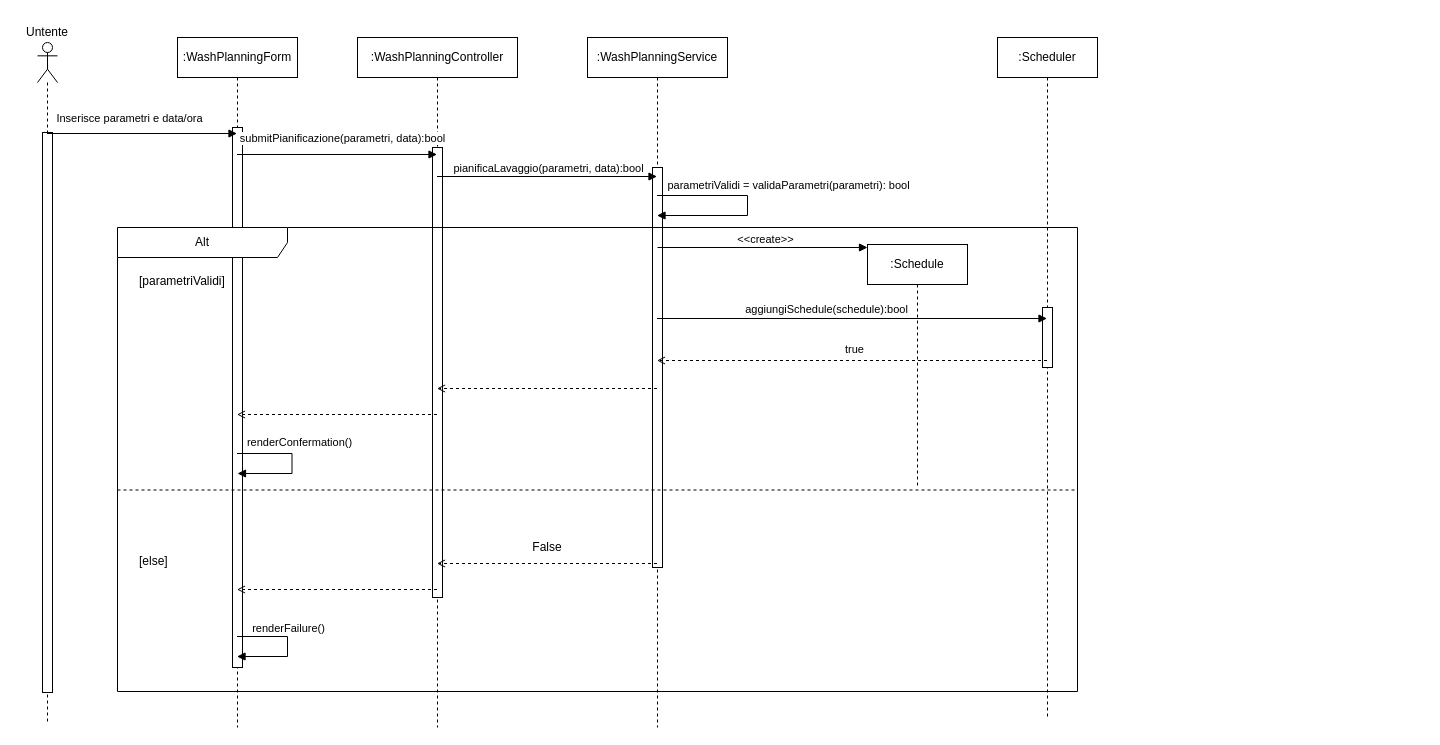
This is content/seq/seqPianifica.drawio from uni-aca100/ing-proj, a draw.io file, before an edit. Source tidied: cells renumbered, new cells numbered last; positions are measured from the earlier drawing's top-left corner, leaving out a move shared by most shapes. Both pictures are drawn from the tidied source at 100%, with x=0, y=0 at pixel (17, 17).
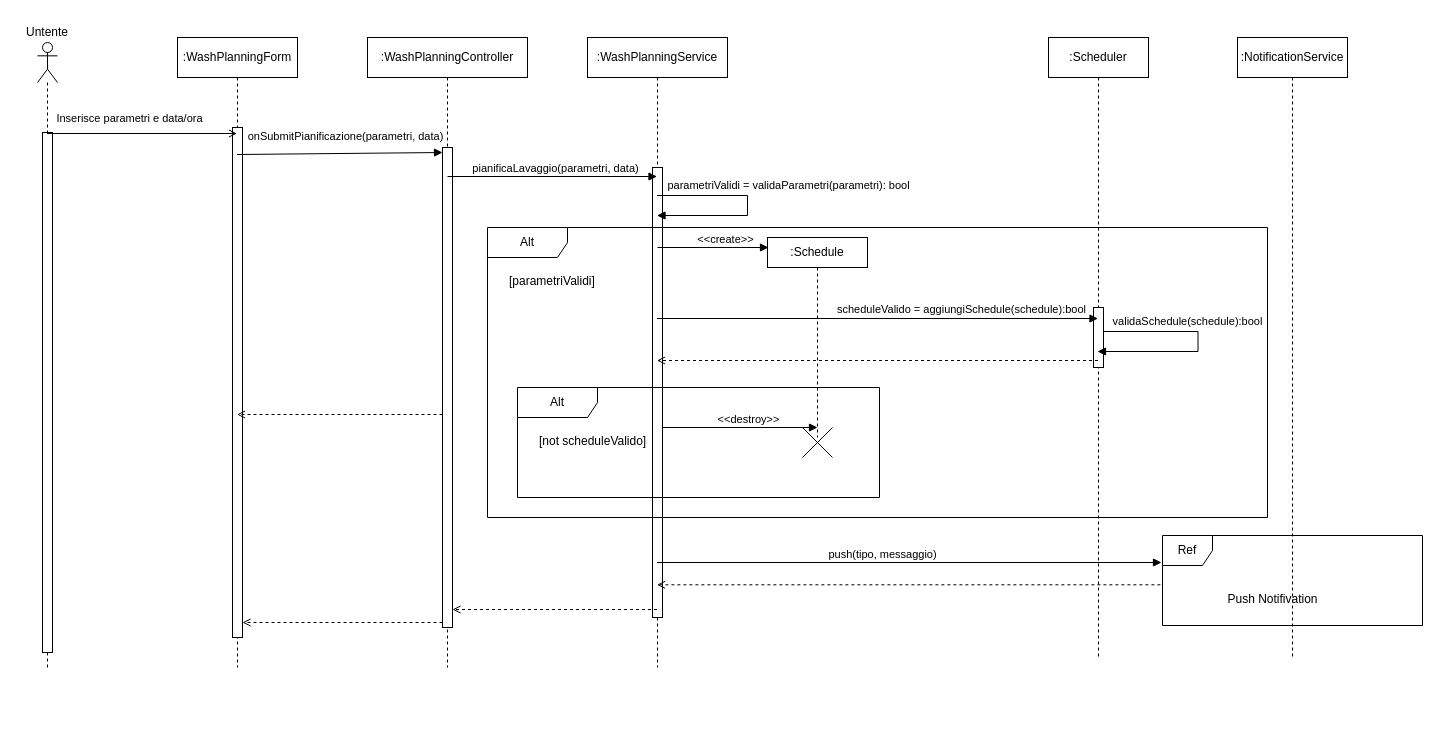
The same page after the edit.

The change refers to these unchanged cells:
```xml
<mxCell id="11" style="html=1;points=[[0,0,0,0,5],[0,1,0,0,-5],[1,0,0,0,5],[1,1,0,0,-5]];perimeter=orthogonalPerimeter;outlineConnect=0;targetShapes=umlLifeline;portConstraint=eastwest;newEdgeStyle={&quot;curved&quot;:0,&quot;rounded&quot;:0};" parent="10" vertex="1">
  <mxGeometry x="45" y="270" width="10" height="60" as="geometry" />
</mxCell>
<mxCell id="24" style="html=1;verticalAlign=bottom;labelBackgroundColor=none;endArrow=open;endFill=0;dashed=1;rounded=0;" parent="1" edge="1" source="10">
  <mxGeometry relative="1" as="geometry">
    <mxPoint x="639.5" y="343" as="targetPoint" />
  </mxGeometry>
</mxCell>
<mxCell id="26" style="html=1;verticalAlign=bottom;labelBackgroundColor=none;endArrow=block;endFill=1;rounded=0;" parent="1" edge="1" target="10">
  <mxGeometry relative="1" as="geometry">
    <mxPoint x="639.5" y="301" as="sourcePoint" />
  </mxGeometry>
</mxCell>
```

Change to the diagram source:
```diff
@@
     <mxCell id="2" style="shape=umlLifeline;perimeter=lifelinePerimeter;whiteSpace=wrap;html=1;newEdgeStyle={&quot;curved&quot;:0,&quot;rounded&quot;:0};participant=umlActor;" parent="1" vertex="1">
-      <mxGeometry x="20" y="25" width="20" height="680" as="geometry" />
+      <mxGeometry x="20" y="25" width="20" height="625" as="geometry" />
     </mxCell>
     <mxCell id="3" style="html=1;perimeter=orthogonalPerimeter;targetShapes=umlLifeline;newEdgeStyle={&quot;curved&quot;:0,&quot;rounded&quot;:0};" parent="2" vertex="1">
-      <mxGeometry x="5" y="90" width="10" height="560" as="geometry" />
+      <mxGeometry x="5" y="90" width="10" height="520" as="geometry" />
     </mxCell>
     <mxCell id="4" value=":WashPlanningForm" style="shape=umlLifeline;perimeter=lifelinePerimeter;whiteSpace=wrap;html=1;outlineConnect=0;portConstraint=eastwest;newEdgeStyle={&quot;curved&quot;:0,&quot;rounded&quot;:0};" parent="1" vertex="1">
-      <mxGeometry x="160" y="20" width="120" height="690" as="geometry" />
+      <mxGeometry x="160" y="20" width="120" height="630" as="geometry" />
     </mxCell>
     <mxCell id="5" style="html=1;points=[[0,0,0,0,5],[0,1,0,0,-5],[1,0,0,0,5],[1,1,0,0,-5]];perimeter=orthogonalPerimeter;outlineConnect=0;targetShapes=umlLifeline;portConstraint=eastwest;newEdgeStyle={&quot;curved&quot;:0,&quot;rounded&quot;:0};" parent="4" vertex="1">
-      <mxGeometry x="55" y="90" width="10" height="540" as="geometry" />
+      <mxGeometry x="55" y="90" width="10" height="510" as="geometry" />
     </mxCell>
     <mxCell id="6" value=":WashPlanningController" style="shape=umlLifeline;perimeter=lifelinePerimeter;whiteSpace=wrap;html=1;newEdgeStyle={&quot;curved&quot;:0,&quot;rounded&quot;:0};" parent="1" vertex="1">
-      <mxGeometry x="340" y="20" width="160" height="690" as="geometry" />
+      <mxGeometry x="350" y="20" width="160" height="630" as="geometry" />
     </mxCell>
     <mxCell id="7" style="html=1;points=[[0,0,0,0,5],[0,1,0,0,-5],[1,0,0,0,5],[1,1,0,0,-5]];perimeter=orthogonalPerimeter;outlineConnect=0;targetShapes=umlLifeline;portConstraint=eastwest;newEdgeStyle={&quot;curved&quot;:0,&quot;rounded&quot;:0};" parent="6" vertex="1">
-      <mxGeometry x="75" y="110" width="10" height="450" as="geometry" />
+      <mxGeometry x="75" y="110" width="10" height="480" as="geometry" />
     </mxCell>
     <mxCell id="8" value=":WashPlanningService" style="shape=umlLifeline;perimeter=lifelinePerimeter;whiteSpace=wrap;html=1;outlineConnect=0;portConstraint=eastwest;newEdgeStyle={&quot;curved&quot;:0,&quot;rounded&quot;:0};" parent="1" vertex="1">
-      <mxGeometry x="570" y="20" width="140" height="690" as="geometry" />
+      <mxGeometry x="570" y="20" width="140" height="630" as="geometry" />
     </mxCell>
     <mxCell id="9" style="html=1;perimeter=orthogonalPerimeter;targetShapes=umlLifeline;newEdgeStyle={&quot;curved&quot;:0,&quot;rounded&quot;:0};" parent="8" vertex="1">
-      <mxGeometry x="65" y="130" width="10" height="400" as="geometry" />
+      <mxGeometry x="65" y="130" width="10" height="450" as="geometry" />
     </mxCell>
     <mxCell id="10" value=":Scheduler" style="shape=umlLifeline;perimeter=lifelinePerimeter;whiteSpace=wrap;html=1;outlineConnect=0;portConstraint=eastwest;newEdgeStyle={&quot;curved&quot;:0,&quot;rounded&quot;:0};" parent="1" vertex="1">
-      <mxGeometry x="980" y="20" width="100" height="680" as="geometry" />
+      <mxGeometry x="1031" y="20" width="100" height="620" as="geometry" />
     </mxCell>
@@
+    <mxCell id="40" style="html=1;verticalAlign=bottom;labelBackgroundColor=none;endArrow=block;endFill=1;rounded=0;" parent="10" edge="1" source="11">
+      <mxGeometry relative="1" as="geometry">
+        <mxPoint x="49" y="314" as="targetPoint" />
+        <Array as="points">
+          <mxPoint x="149.5" y="294" />
+          <mxPoint x="149.5" y="314" />
+        </Array>
+      </mxGeometry>
+    </mxCell>
+    <mxCell id="41" value="validaSchedule(schedule):bool" style="edgeLabel;html=1;align=center;verticalAlign=middle;" parent="40" vertex="1">
+      <mxGeometry x="-0.47" y="1" relative="1" as="geometry">
+        <mxPoint x="26" y="-10" as="offset" />
+      </mxGeometry>
+    </mxCell>
-    <mxCell id="12" style="html=1;verticalAlign=bottom;labelBackgroundColor=none;endArrow=block;endFill=1;rounded=0;" parent="1" edge="1" target="4">
+    <mxCell id="12" style="html=1;verticalAlign=bottom;labelBackgroundColor=none;endArrow=open;endFill=0;rounded=0;" parent="1" edge="1" target="4">
       <mxGeometry relative="1" as="geometry">
         <mxPoint x="29.5" y="116" as="sourcePoint" />
       </mxGeometry>
     </mxCell>
@@
-    <mxCell id="14" style="html=1;verticalAlign=bottom;labelBackgroundColor=none;endArrow=block;endFill=1;rounded=0;" parent="1" edge="1">
+    <mxCell id="14" style="html=1;verticalAlign=bottom;labelBackgroundColor=none;endArrow=block;endFill=1;rounded=0;entryX=0;entryY=0;entryDx=0;entryDy=5;entryPerimeter=0;" parent="1" edge="1" target="7">
       <mxGeometry relative="1" as="geometry">
         <mxPoint x="219.5" y="137" as="sourcePoint" />
-        <mxPoint x="419.5" y="137" as="targetPoint" />
       </mxGeometry>
     </mxCell>
-    <mxCell id="15" value="submitPianificazione(parametri, data):bool" style="edgeLabel;html=1;align=center;verticalAlign=middle;" parent="14" vertex="1">
+    <mxCell id="15" value="onSubmitPianificazione(parametri, data)" style="edgeLabel;html=1;align=center;verticalAlign=middle;" parent="14" vertex="1">
       <mxGeometry x="0.04" relative="1" as="geometry">
         <mxPoint x="1" y="-17" as="offset" />
       </mxGeometry>
     </mxCell>
     <mxCell id="16" style="html=1;verticalAlign=bottom;labelBackgroundColor=none;endArrow=block;endFill=1;rounded=0;" parent="1" edge="1" target="8">
       <mxGeometry relative="1" as="geometry">
-        <mxPoint x="419.5" y="159" as="sourcePoint" />
+        <mxPoint x="430" y="159" as="sourcePoint" />
       </mxGeometry>
     </mxCell>
-    <mxCell id="17" value="pianificaLavaggio(parametri, data):bool" style="edgeLabel;html=1;align=center;verticalAlign=middle;" parent="16" vertex="1">
+    <mxCell id="17" value="pianificaLavaggio(parametri, data)" style="edgeLabel;html=1;align=center;verticalAlign=middle;" parent="16" vertex="1">
       <mxGeometry x="-0.2" y="-1" relative="1" as="geometry">
         <mxPoint x="23" y="-10" as="offset" />
       </mxGeometry>
     </mxCell>
-    <mxCell id="18" value="Alt" style="shape=umlFrame;whiteSpace=wrap;html=1;width=170;" parent="1" vertex="1">
-      <mxGeometry x="100" y="210" width="960" height="464" as="geometry" />
-    </mxCell>
-    <mxCell id="19" value="[parametriValidi]" style="text;html=1;" parent="18" vertex="1">
-      <mxGeometry width="100" height="20" relative="1" as="geometry">
-        <mxPoint x="20" y="40" as="offset" />
-      </mxGeometry>
-    </mxCell>
-    <mxCell id="20" value="[else]" style="line;strokeWidth=1;dashed=1;labelPosition=center;verticalLabelPosition=bottom;align=left;verticalAlign=top;spacingLeft=20;spacingTop=15;html=1;whiteSpace=wrap;" parent="18" vertex="1">
-      <mxGeometry y="220" width="960" height="85" as="geometry" />
-    </mxCell>
-    <mxCell id="21" style="html=1;verticalAlign=bottom;labelBackgroundColor=none;endArrow=block;endFill=1;rounded=0;" parent="18" edge="1">
-      <mxGeometry relative="1" as="geometry">
-        <mxPoint x="119.5" y="409" as="sourcePoint" />
-        <mxPoint x="119.5" y="429" as="targetPoint" />
-        <Array as="points">
-          <mxPoint x="170" y="409" />
-          <mxPoint x="170" y="429" />
-        </Array>
-      </mxGeometry>
-    </mxCell>
-    <mxCell id="22" value="renderFailure()" style="edgeLabel;html=1;align=center;verticalAlign=middle;" parent="21" vertex="1">
-      <mxGeometry x="-0.4" y="-1" relative="1" as="geometry">
-        <mxPoint x="15" y="-10" as="offset" />
-      </mxGeometry>
-    </mxCell>
-    <mxCell id="23" value="False" style="text;html=1;whiteSpace=wrap;strokeColor=none;fillColor=none;align=center;verticalAlign=middle;rounded=0;" parent="18" vertex="1">
-      <mxGeometry x="400" y="305" width="60" height="30" as="geometry" />
-    </mxCell>
@@
-    <mxCell id="25" value="true" style="edgeLabel;html=1;align=center;verticalAlign=middle;" parent="24" vertex="1">
-      <mxGeometry x="-0.01" y="-3" relative="1" as="geometry">
-        <mxPoint y="-9" as="offset" />
-      </mxGeometry>
-    </mxCell>
@@
-    <mxCell id="27" value="aggiungiSchedule(schedule):bool" style="edgeLabel;html=1;align=center;verticalAlign=middle;" parent="26" vertex="1">
+    <mxCell id="27" value="scheduleValido = aggiungiSchedule(schedule):bool" style="edgeLabel;html=1;align=center;verticalAlign=middle;" parent="26" vertex="1">
       <mxGeometry x="-0.21" relative="1" as="geometry">
-        <mxPoint x="15" y="-10" as="offset" />
+        <mxPoint x="130" y="-10" as="offset" />
       </mxGeometry>
     </mxCell>
     <mxCell id="28" style="html=1;verticalAlign=bottom;labelBackgroundColor=none;endArrow=open;endFill=0;dashed=1;rounded=0;" parent="1" edge="1">
       <mxGeometry relative="1" as="geometry">
-        <mxPoint x="639.5" y="546" as="sourcePoint" />
-        <mxPoint x="419.5" y="546" as="targetPoint" />
+        <mxPoint x="639.5" y="592" as="sourcePoint" />
+        <mxPoint x="435" y="592" as="targetPoint" />
       </mxGeometry>
     </mxCell>
-    <mxCell id="29" style="html=1;verticalAlign=bottom;labelBackgroundColor=none;endArrow=open;endFill=0;dashed=1;rounded=0;" parent="1" edge="1">
-      <mxGeometry relative="1" as="geometry">
-        <mxPoint x="419.5" y="572" as="sourcePoint" />
-        <mxPoint x="219.5" y="572" as="targetPoint" />
-      </mxGeometry>
+    <mxCell id="29" style="html=1;verticalAlign=bottom;labelBackgroundColor=none;endArrow=open;endFill=0;dashed=1;rounded=0;exitX=0;exitY=1;exitDx=0;exitDy=-5;exitPerimeter=0;" parent="1" edge="1" source="7" target="5">
+      <mxGeometry relative="1" as="geometry" />
     </mxCell>
-    <mxCell id="30" style="html=1;verticalAlign=bottom;labelBackgroundColor=none;endArrow=block;endFill=1;rounded=0;" parent="1" edge="1">
-      <mxGeometry relative="1" as="geometry">
-        <mxPoint x="219.5" y="436" as="sourcePoint" />
-        <mxPoint x="220" y="456" as="targetPoint" />
-        <Array as="points">
-          <mxPoint x="274.5" y="436" />
-          <mxPoint x="274.5" y="456" />
-        </Array>
-      </mxGeometry>
-    </mxCell>
-    <mxCell id="31" value="renderConfermation()" style="edgeLabel;html=1;align=center;verticalAlign=middle;" parent="30" vertex="1">
-      <mxGeometry x="-0.28" y="-3" relative="1" as="geometry">
-        <mxPoint x="15" y="-15" as="offset" />
-      </mxGeometry>
-    </mxCell>
-    <mxCell id="32" style="html=1;verticalAlign=bottom;labelBackgroundColor=none;endArrow=open;endFill=0;dashed=1;rounded=0;" parent="1" edge="1">
-      <mxGeometry relative="1" as="geometry">
-        <mxPoint x="639.5" y="371" as="sourcePoint" />
-        <mxPoint x="419.5" y="371" as="targetPoint" />
-      </mxGeometry>
-    </mxCell>
-    <mxCell id="33" style="html=1;verticalAlign=bottom;labelBackgroundColor=none;endArrow=open;endFill=0;dashed=1;rounded=0;" parent="1" edge="1">
+    <mxCell id="33" style="html=1;verticalAlign=bottom;labelBackgroundColor=none;endArrow=open;endFill=0;dashed=1;rounded=0;" parent="1" edge="1" source="7">
       <mxGeometry relative="1" as="geometry">
-        <mxPoint x="419.5" y="397" as="sourcePoint" />
         <mxPoint x="219.5" y="397" as="targetPoint" />
       </mxGeometry>
     </mxCell>
@@
-    <mxCell id="36" value=":Schedule" style="shape=umlLifeline;perimeter=lifelinePerimeter;whiteSpace=wrap;html=1;newEdgeStyle={&quot;curved&quot;:0,&quot;rounded&quot;:0};" parent="1" vertex="1">
-      <mxGeometry x="850" y="227" width="100" height="243" as="geometry" />
-    </mxCell>
     <mxCell id="37" style="html=1;verticalAlign=bottom;labelBackgroundColor=none;endArrow=block;endFill=1;rounded=0;" parent="1" edge="1">
       <mxGeometry relative="1" as="geometry">
         <mxPoint x="640" y="230" as="sourcePoint" />
-        <mxPoint x="850" y="230" as="targetPoint" />
+        <mxPoint x="751" y="230" as="targetPoint" />
       </mxGeometry>
     </mxCell>
@@
+    <mxCell id="42" value="Alt" style="shape=umlFrame;whiteSpace=wrap;html=1;width=80;height=30;" parent="1" vertex="1">
+      <mxGeometry x="470" y="210" width="780" height="290" as="geometry" />
+    </mxCell>
+    <mxCell id="19" value="[parametriValidi]" style="text;html=1;" parent="42" vertex="1">
+      <mxGeometry width="100" height="20" relative="1" as="geometry">
+        <mxPoint x="20" y="40" as="offset" />
+      </mxGeometry>
+    </mxCell>
+    <mxCell id="36" value=":Schedule" style="shape=umlLifeline;perimeter=lifelinePerimeter;whiteSpace=wrap;html=1;newEdgeStyle={&quot;curved&quot;:0,&quot;rounded&quot;:0};size=30;" parent="42" vertex="1">
+      <mxGeometry x="280" y="10" width="100" height="200" as="geometry" />
+    </mxCell>
+    <mxCell id="43" value="Alt" style="shape=umlFrame;whiteSpace=wrap;html=1;width=80;height=30;" parent="42" vertex="1">
+      <mxGeometry x="30" y="160" width="362" height="110" as="geometry" />
+    </mxCell>
+    <mxCell id="44" value="[not&amp;nbsp;scheduleValido]" style="text;html=1;" parent="43" vertex="1">
+      <mxGeometry width="100" height="20" relative="1" as="geometry">
+        <mxPoint x="20" y="40" as="offset" />
+      </mxGeometry>
+    </mxCell>
+    <mxCell id="45" style="shape=umlDestroy;html=1;" parent="43" vertex="1">
+      <mxGeometry x="285" y="40" width="30" height="30" as="geometry" />
+    </mxCell>
+    <mxCell id="46" style="html=1;verticalAlign=bottom;labelBackgroundColor=none;endArrow=block;endFill=1;rounded=0;" parent="1" edge="1">
+      <mxGeometry relative="1" as="geometry">
+        <mxPoint x="645" y="410" as="sourcePoint" />
+        <mxPoint x="800" y="410" as="targetPoint" />
+      </mxGeometry>
+    </mxCell>
+    <mxCell id="47" value="&amp;lt;&amp;lt;destroy&amp;gt;&amp;gt;" style="edgeLabel;html=1;align=center;verticalAlign=middle;" parent="46" vertex="1">
+      <mxGeometry x="-0.2" y="-1" relative="1" as="geometry">
+        <mxPoint x="23" y="-10" as="offset" />
+      </mxGeometry>
+    </mxCell>
+    <mxCell id="48" value="Ref" style="shape=umlFrame;whiteSpace=wrap;html=1;width=50;" parent="1" vertex="1">
+      <mxGeometry x="1145" y="518" width="260" height="90" as="geometry" />
+    </mxCell>
+    <mxCell id="49" value="Push Notifivation" style="text;align=center;html=1;" parent="48" vertex="1">
+      <mxGeometry width="100" height="20" relative="1" as="geometry">
+        <mxPoint x="60" y="50" as="offset" />
+      </mxGeometry>
+    </mxCell>
+    <mxCell id="50" value=":NotificationService" style="shape=umlLifeline;perimeter=lifelinePerimeter;whiteSpace=wrap;html=1;newEdgeStyle={&quot;curved&quot;:0,&quot;rounded&quot;:0};" parent="1" vertex="1">
+      <mxGeometry x="1220" y="20" width="110" height="620" as="geometry" />
+    </mxCell>
+    <mxCell id="51" style="html=1;verticalAlign=bottom;labelBackgroundColor=none;endArrow=block;endFill=1;rounded=0;entryX=-0.004;entryY=0.483;entryDx=0;entryDy=0;entryPerimeter=0;" parent="1" edge="1">
+      <mxGeometry relative="1" as="geometry">
+        <mxPoint x="639.5" y="545" as="sourcePoint" />
+        <mxPoint x="1144" y="545" as="targetPoint" />
+      </mxGeometry>
+    </mxCell>
+    <mxCell id="52" value="push(tipo, messaggio)" style="edgeLabel;html=1;align=center;verticalAlign=middle;" parent="51" vertex="1">
+      <mxGeometry x="-0.2" y="-1" relative="1" as="geometry">
+        <mxPoint x="23" y="-10" as="offset" />
+      </mxGeometry>
+    </mxCell>
+    <mxCell id="53" style="html=1;verticalAlign=bottom;labelBackgroundColor=none;endArrow=open;endFill=0;dashed=1;rounded=0;exitX=-0.008;exitY=0.392;exitDx=0;exitDy=0;exitPerimeter=0;" parent="1" edge="1">
+      <mxGeometry relative="1" as="geometry">
+        <mxPoint x="1142.9" y="567.3" as="sourcePoint" />
+        <mxPoint x="639.5" y="567.3" as="targetPoint" />
+      </mxGeometry>
+    </mxCell>
```
